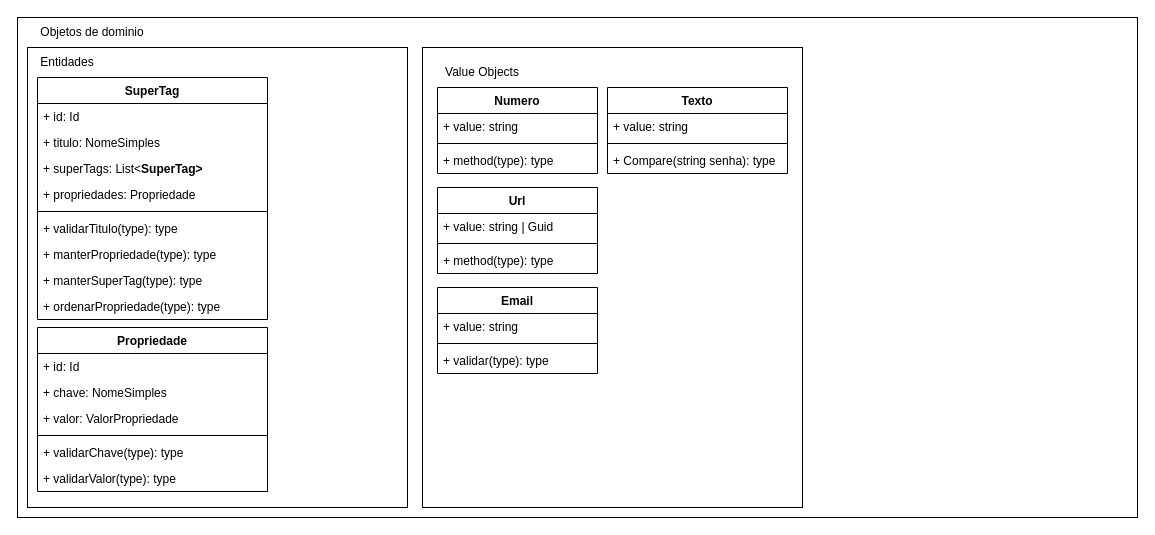
This is page "SuperTag" (3 of 3) of documentation/diagramas/diagrama.drawio from thiagoferrax/super-tags, a draw.io file, before an edit. Source tidied: cells renumbered, new cells numbered last; positions are measured from the earlier drawing's top-left corner, leaving out a move shared by most shapes. Both pictures are drawn from the tidied source at 100%, with x=0, y=0 at pixel (17, 17).
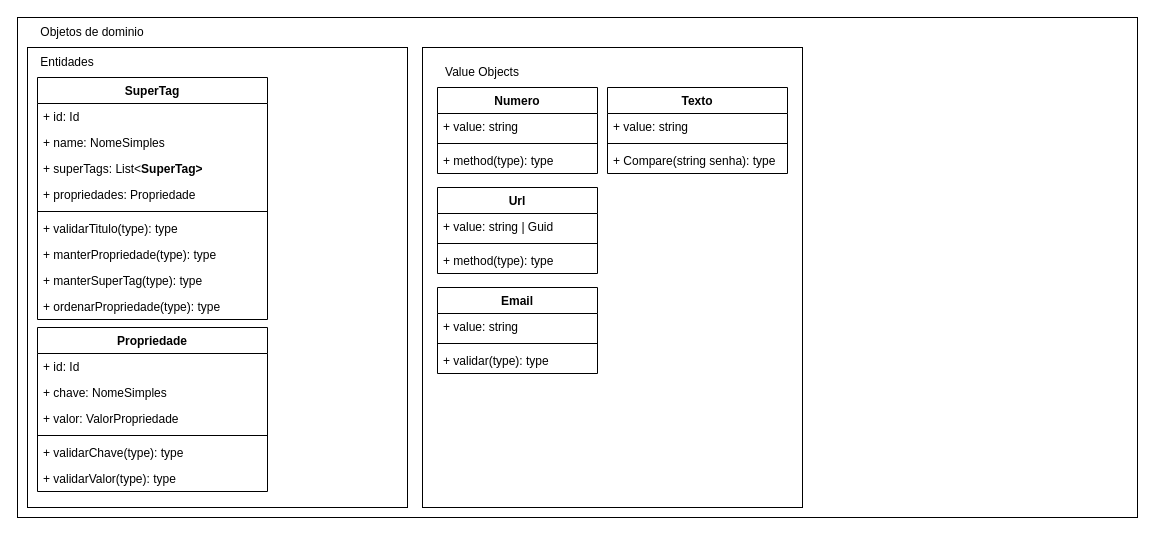
Above is the later version.

Commit message:
Criando os modelos para a SupertTag.

The change refers to these unchanged cells:
```xml
<mxCell id="6" value="SuperTag" style="swimlane;fontStyle=1;align=center;verticalAlign=top;horizontal=1;startSize=26;whiteSpace=wrap;html=1;" parent="1" vertex="1">
  <mxGeometry x="20" y="60" width="230" height="242" as="geometry" />
</mxCell>
```

Change to the diagram source:
```diff
@@
-    <mxCell id="8" value="+ titulo: NomeSimples" style="text;strokeColor=none;fillColor=none;align=left;verticalAlign=top;spacingLeft=4;spacingRight=4;overflow=hidden;whiteSpace=wrap;html=1;" parent="6" vertex="1">
+    <mxCell id="8" value="+ name: NomeSimples" style="text;strokeColor=none;fillColor=none;align=left;verticalAlign=top;spacingLeft=4;spacingRight=4;overflow=hidden;whiteSpace=wrap;html=1;" parent="6" vertex="1">
       <mxGeometry y="52" width="230" height="26" as="geometry" />
     </mxCell>
```
